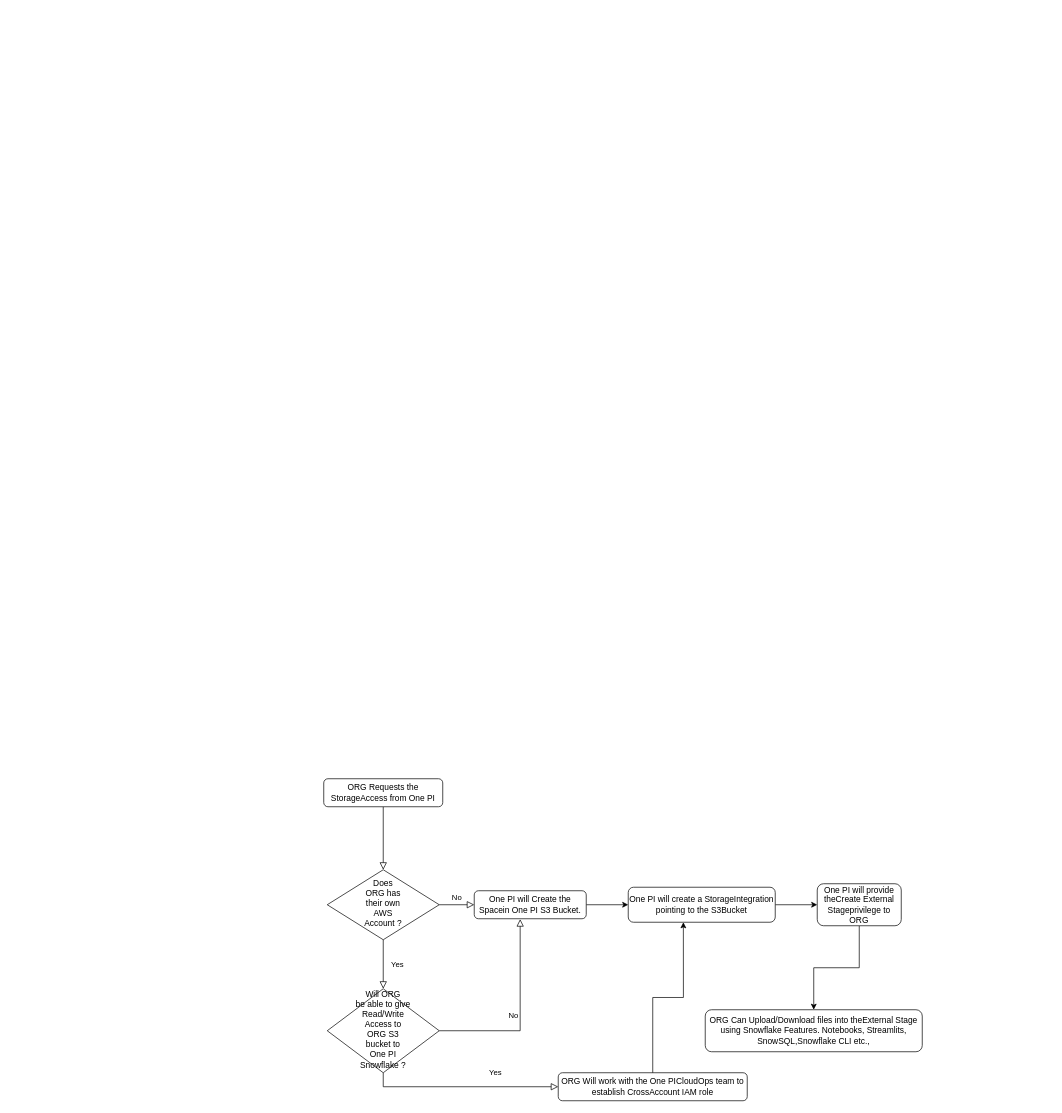
This is Untitled Diagram.drawio from mail2tvskc/abc, a draw.io file, before an edit. Source tidied: cells renumbered, new cells numbered last; positions are measured from the earlier drawing's top-left corner, leaving out a move shared by most shapes. Both pictures are drawn from the tidied source at 70%, with x=0, y=0 at pixel (323, 778).
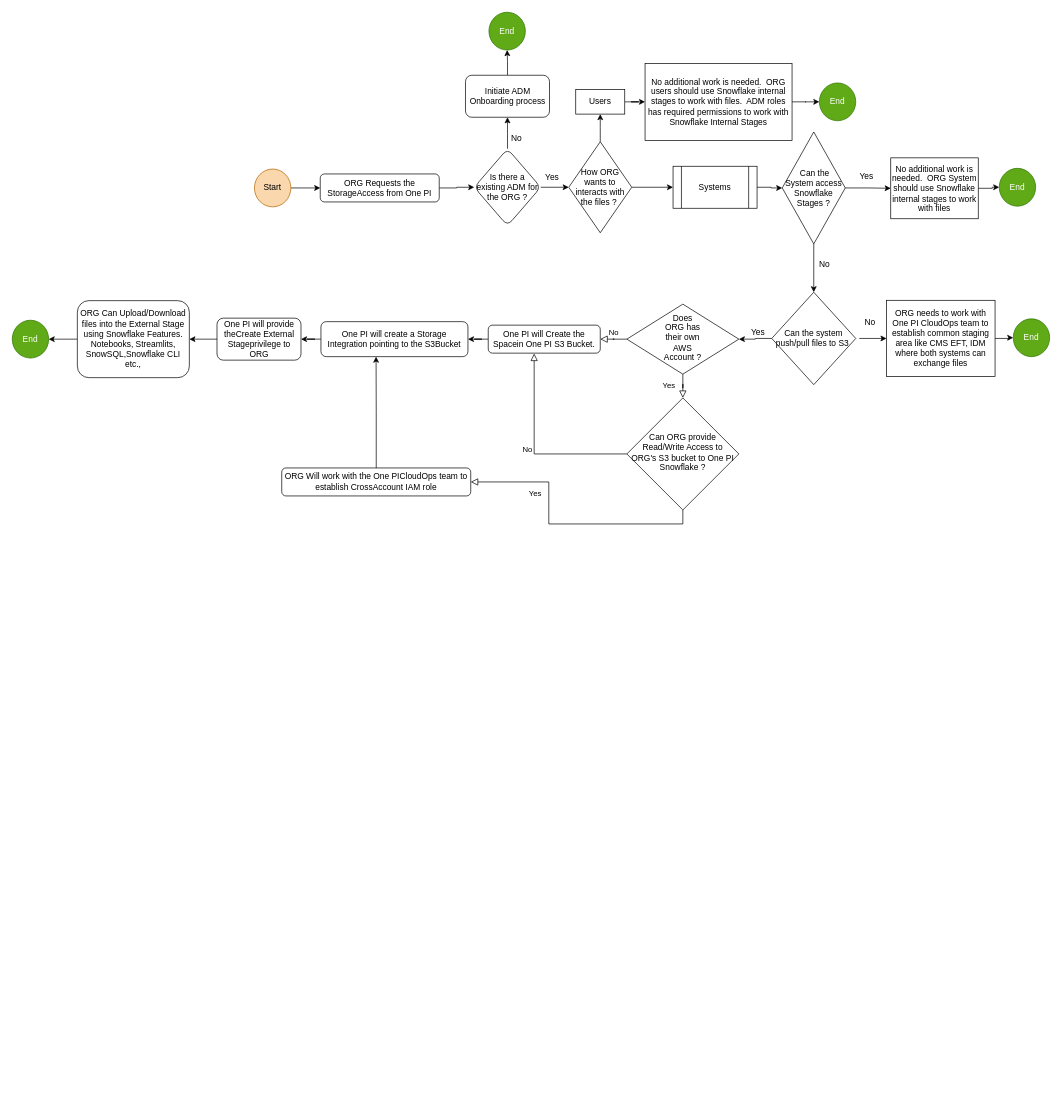
Above is the later version.

Commit message:
One PI Snowflake Storage solution

Diff of the diagram source:
```diff
@@
-    <mxCell id="2" style="rounded=0;html=1;jettySize=auto;fontSize=11;endArrow=block;endFill=0;endSize=8;strokeWidth=1;shadow=0;labelBackgroundColor=none;edgeStyle=orthogonalEdgeStyle;" parent="1" edge="1" source="3" target="6">
-      <mxGeometry relative="1" as="geometry" />
-    </mxCell>
+    <mxCell id="19" style="edgeStyle=orthogonalEdgeStyle;rounded=0;jettySize=auto;html=1;" parent="1" edge="1" source="3" target="40">
+      <mxGeometry relative="1" as="geometry" />
+    </mxCell>
     <mxCell id="3" value="ORG Requests the StorageAccess from One PI" style="rounded=1;whiteSpace=wrap;html=1;fontSize=12;glass=0;strokeWidth=1;shadow=0;" parent="1" vertex="1">
-      <mxGeometry width="170" height="40" as="geometry" />
+      <mxGeometry x="-5" y="-864" width="170" height="40" as="geometry" />
     </mxCell>
@@
     <mxCell id="6" value="&lt;div&gt;Does&lt;/div&gt;&lt;div&gt;ORG has&lt;/div&gt;&lt;div&gt;their own&lt;/div&gt;&lt;div&gt;AWS&lt;/div&gt;&lt;div&gt;Account ?&lt;/div&gt;" style="rhombus;whiteSpace=wrap;html=1;shadow=0;fontFamily=Helvetica;fontSize=12;align=center;strokeWidth=1;spacing=6;spacingTop=-4;" parent="1" vertex="1">
-      <mxGeometry x="5" y="130" width="160" height="100" as="geometry" />
+      <mxGeometry x="433" y="-678" width="160" height="100" as="geometry" />
     </mxCell>
@@
     <mxCell id="8" value="One PI will Create the Spacein One PI S3 Bucket." style="rounded=1;whiteSpace=wrap;html=1;fontSize=12;glass=0;strokeWidth=1;shadow=0;" parent="1" vertex="1">
-      <mxGeometry x="215" y="160" width="160" height="40" as="geometry" />
+      <mxGeometry x="235" y="-648" width="160" height="40" as="geometry" />
     </mxCell>
@@
-    <mxCell id="11" value="&lt;div&gt;Will ORG&lt;/div&gt;&lt;div&gt;be able to give&lt;/div&gt;&lt;div&gt;Read/Write&lt;/div&gt;&lt;div&gt;Access to&lt;/div&gt;&lt;div&gt;ORG S3&lt;/div&gt;&lt;div&gt;bucket to&lt;/div&gt;&lt;div&gt;One PI&lt;/div&gt;&lt;div&gt;Snowflake ?&lt;/div&gt;" style="rhombus;whiteSpace=wrap;html=1;shadow=0;fontFamily=Helvetica;fontSize=12;align=center;strokeWidth=1;spacing=6;spacingTop=-4;" parent="1" vertex="1">
-      <mxGeometry x="5" y="300" width="160" height="120" as="geometry" />
+    <mxCell id="11" value="Can ORG provide Read/Write Access to ORG's S3 bucket to One PI Snowflake ?" style="rhombus;whiteSpace=wrap;html=1;shadow=0;fontFamily=Helvetica;fontSize=12;align=center;strokeWidth=1;spacing=6;spacingTop=-4;" parent="1" vertex="1">
+      <mxGeometry x="433" y="-544" width="160" height="160" as="geometry" />
     </mxCell>
     <mxCell id="12" value="ORG Will work with the One PICloudOps team to establish CrossAccount IAM role" style="rounded=1;whiteSpace=wrap;html=1;fontSize=12;glass=0;strokeWidth=1;shadow=0;" parent="1" vertex="1">
-      <mxGeometry x="335" y="420" width="270" height="40" as="geometry" />
+      <mxGeometry x="-60" y="-444" width="270" height="40" as="geometry" />
     </mxCell>
@@
-    <mxCell id="14" value="One PI will create a StorageIntegration pointing to the S3Bucket" style="whiteSpace=wrap;html=1;rounded=1;glass=0;strokeWidth=1;shadow=0;" parent="1" vertex="1">
-      <mxGeometry x="435" y="155" width="210" height="50" as="geometry" />
+    <mxCell id="14" value="One PI will create a Storage Integration pointing to the S3Bucket" style="whiteSpace=wrap;html=1;rounded=1;glass=0;strokeWidth=1;shadow=0;" parent="1" vertex="1">
+      <mxGeometry x="-4" y="-653" width="210" height="50" as="geometry" />
     </mxCell>
@@
     <mxCell id="16" value="One PI will provide theCreate External Stageprivilege to ORG" style="whiteSpace=wrap;html=1;rounded=1;glass=0;strokeWidth=1;shadow=0;" parent="1" vertex="1">
-      <mxGeometry x="705" y="150" width="120" height="60" as="geometry" />
+      <mxGeometry x="-152.5" y="-658" width="120" height="60" as="geometry" />
     </mxCell>
+    <mxCell id="20" style="edgeStyle=orthogonalEdgeStyle;rounded=0;jettySize=auto;html=1;" parent="1" edge="1" source="17" target="57">
+      <mxGeometry relative="1" as="geometry" />
+    </mxCell>
-    <mxCell id="17" value="ORG Can Upload/Download files into theExternal Stage using Snowflake Features. Notebooks, Streamlits, SnowSQL,Snowflake CLI etc.," style="whiteSpace=wrap;html=1;rounded=1;glass=0;strokeWidth=1;shadow=0;" parent="1" vertex="1">
-      <mxGeometry x="545" y="330" width="310" height="60" as="geometry" />
+    <mxCell id="17" value="ORG Can Upload/Download files into the External Stage using Snowflake Features. Notebooks, Streamlits, SnowSQL,Snowflake CLI etc.," style="whiteSpace=wrap;html=1;rounded=1;glass=0;strokeWidth=1;shadow=0;" parent="1" vertex="1">
+      <mxGeometry x="-352" y="-683" width="160" height="110" as="geometry" />
     </mxCell>
@@
+    <mxCell id="21" style="edgeStyle=orthogonalEdgeStyle;rounded=0;jettySize=auto;html=1;" parent="1" edge="1" source="23" target="25">
+      <mxGeometry relative="1" as="geometry" />
+    </mxCell>
+    <mxCell id="22" style="edgeStyle=orthogonalEdgeStyle;rounded=0;jettySize=auto;html=1;entryX=0;entryY=0.5;entryDx=0;entryDy=0;" parent="1" edge="1" source="23" target="27">
+      <mxGeometry relative="1" as="geometry" />
+    </mxCell>
+    <mxCell id="23" value="How ORG wants to interacts with the files ?&amp;nbsp;" style="rhombus;whiteSpace=wrap;html=1;" parent="1" vertex="1">
+      <mxGeometry x="350" y="-910" width="90" height="130" as="geometry" />
+    </mxCell>
+    <mxCell id="24" style="edgeStyle=orthogonalEdgeStyle;rounded=0;jettySize=auto;html=1;" parent="1" edge="1" source="25" target="48">
+      <mxGeometry relative="1" as="geometry" />
+    </mxCell>
+    <mxCell id="25" value="Users" style="whiteSpace=wrap;html=1;" parent="1" vertex="1">
+      <mxGeometry x="360" y="-984.5" width="70" height="35" as="geometry" />
+    </mxCell>
+    <mxCell id="26" style="edgeStyle=orthogonalEdgeStyle;rounded=0;jettySize=auto;html=1;" parent="1" edge="1" source="27" target="30">
+      <mxGeometry relative="1" as="geometry" />
+    </mxCell>
+    <mxCell id="27" value="Systems" style="shape=process;whiteSpace=wrap;html=1;backgroundOutline=1;" parent="1" vertex="1">
+      <mxGeometry x="499" y="-875" width="120" height="60" as="geometry" />
+    </mxCell>
+    <mxCell id="28" style="edgeStyle=orthogonalEdgeStyle;rounded=0;jettySize=auto;html=1;" parent="1" edge="1" source="30" target="32">
+      <mxGeometry relative="1" as="geometry" />
+    </mxCell>
+    <mxCell id="29" style="edgeStyle=orthogonalEdgeStyle;rounded=0;jettySize=auto;html=1;entryX=0.5;entryY=0;entryDx=0;entryDy=0;" parent="1" edge="1" source="30" target="37">
+      <mxGeometry relative="1" as="geometry" />
+    </mxCell>
+    <mxCell id="30" value="&amp;nbsp;Can the System access Snowflake Stages ?" style="rhombus;whiteSpace=wrap;html=1;" parent="1" vertex="1">
+      <mxGeometry x="655" y="-924" width="90" height="160" as="geometry" />
+    </mxCell>
+    <mxCell id="31" style="edgeStyle=orthogonalEdgeStyle;rounded=0;jettySize=auto;html=1;" parent="1" edge="1" source="32" target="53">
+      <mxGeometry relative="1" as="geometry" />
+    </mxCell>
+    <mxCell id="32" value="No additional work is needed.&amp;nbsp; ORG System should use Snowflake internal stages to work with files" style="whiteSpace=wrap;html=1;" parent="1" vertex="1">
+      <mxGeometry x="810" y="-887" width="125" height="87" as="geometry" />
+    </mxCell>
+    <mxCell id="33" value="Yes" style="text;html=1;align=center;verticalAlign=middle;strokeColor=none;fillColor=none;" parent="1" vertex="1">
+      <mxGeometry x="755" y="-876" width="40" height="30" as="geometry" />
+    </mxCell>
+    <mxCell id="34" value="No" style="text;html=1;align=center;verticalAlign=middle;strokeColor=none;fillColor=none;" parent="1" vertex="1">
+      <mxGeometry x="695" y="-749" width="40" height="30" as="geometry" />
+    </mxCell>
+    <mxCell id="35" style="edgeStyle=orthogonalEdgeStyle;rounded=0;jettySize=auto;html=1;entryX=0;entryY=0.5;entryDx=0;entryDy=0;" parent="1" edge="1" target="55">
+      <mxGeometry relative="1" as="geometry">
+        <mxPoint x="765" y="-629" as="sourcePoint" />
+      </mxGeometry>
+    </mxCell>
+    <mxCell id="36" style="edgeStyle=orthogonalEdgeStyle;rounded=0;jettySize=auto;html=1;" parent="1" edge="1" source="37" target="6">
+      <mxGeometry relative="1" as="geometry" />
+    </mxCell>
+    <mxCell id="37" value="Can the system push/pull files to S3&amp;nbsp;" style="rhombus;whiteSpace=wrap;html=1;" parent="1" vertex="1">
+      <mxGeometry x="640" y="-695" width="120" height="132" as="geometry" />
+    </mxCell>
+    <mxCell id="38" style="edgeStyle=orthogonalEdgeStyle;rounded=0;jettySize=auto;html=1;" parent="1" edge="1" source="40" target="42">
+      <mxGeometry relative="1" as="geometry" />
+    </mxCell>
+    <mxCell id="39" style="edgeStyle=orthogonalEdgeStyle;rounded=0;jettySize=auto;html=1;entryX=0;entryY=0.5;entryDx=0;entryDy=0;" parent="1" edge="1" source="40" target="23">
+      <mxGeometry relative="1" as="geometry" />
+    </mxCell>
+    <mxCell id="40" value="Is there a existing ADM for the ORG ?" style="rhombus;whiteSpace=wrap;html=1;rounded=1;glass=0;strokeWidth=1;shadow=0;" parent="1" vertex="1">
+      <mxGeometry x="215" y="-900" width="95" height="110" as="geometry" />
+    </mxCell>
+    <mxCell id="41" style="edgeStyle=orthogonalEdgeStyle;rounded=0;jettySize=auto;html=1;" parent="1" edge="1" source="42" target="51">
+      <mxGeometry relative="1" as="geometry" />
+    </mxCell>
+    <mxCell id="42" value="Initiate ADM Onboarding process" style="whiteSpace=wrap;html=1;rounded=1;glass=0;strokeWidth=1;shadow=0;" parent="1" vertex="1">
+      <mxGeometry x="202.5" y="-1005" width="120" height="60" as="geometry" />
+    </mxCell>
+    <mxCell id="43" value="No" style="text;html=1;align=center;verticalAlign=middle;strokeColor=none;fillColor=none;" parent="1" vertex="1">
+      <mxGeometry x="255" y="-930" width="40" height="30" as="geometry" />
+    </mxCell>
+    <mxCell id="44" value="Yes" style="text;html=1;align=center;verticalAlign=middle;strokeColor=none;fillColor=none;" parent="1" vertex="1">
+      <mxGeometry x="306" y="-874" width="40" height="30" as="geometry" />
+    </mxCell>
+    <mxCell id="45" value="No" style="text;html=1;align=center;verticalAlign=middle;strokeColor=none;fillColor=none;" parent="1" vertex="1">
+      <mxGeometry x="760" y="-666" width="40" height="30" as="geometry" />
+    </mxCell>
+    <mxCell id="46" value="Yes" style="text;html=1;align=center;verticalAlign=middle;strokeColor=none;fillColor=none;" parent="1" vertex="1">
+      <mxGeometry x="600" y="-653" width="40" height="30" as="geometry" />
+    </mxCell>
+    <mxCell id="47" style="edgeStyle=orthogonalEdgeStyle;rounded=0;jettySize=auto;html=1;" parent="1" edge="1" source="48" target="52">
+      <mxGeometry relative="1" as="geometry" />
+    </mxCell>
+    <mxCell id="48" value="No additional work is needed.&amp;nbsp; ORG users should use Snowflake internal stages to work with files.&amp;nbsp; ADM roles has required permissions to work with Snowflake Internal Stages" style="whiteSpace=wrap;html=1;" parent="1" vertex="1">
+      <mxGeometry x="459" y="-1022" width="210" height="110" as="geometry" />
+    </mxCell>
+    <mxCell id="49" style="edgeStyle=orthogonalEdgeStyle;rounded=0;jettySize=auto;html=1;" parent="1" edge="1" source="50" target="3">
+      <mxGeometry relative="1" as="geometry" />
+    </mxCell>
+    <mxCell id="50" value="Start" style="ellipse;whiteSpace=wrap;html=1;fillColor=#fad7ac;strokeColor=#b46504;" parent="1" vertex="1">
+      <mxGeometry x="-99" y="-871" width="52" height="54" as="geometry" />
+    </mxCell>
+    <mxCell id="51" value="End" style="ellipse;whiteSpace=wrap;html=1;fillColor=#60a917;fontColor=#ffffff;strokeColor=#2D7600;" parent="1" vertex="1">
+      <mxGeometry x="236" y="-1095" width="52" height="54" as="geometry" />
+    </mxCell>
+    <mxCell id="52" value="End" style="ellipse;whiteSpace=wrap;html=1;fillColor=#60a917;fontColor=#ffffff;strokeColor=#2D7600;" parent="1" vertex="1">
+      <mxGeometry x="708" y="-994" width="52" height="54" as="geometry" />
+    </mxCell>
+    <mxCell id="53" value="End" style="ellipse;whiteSpace=wrap;html=1;fillColor=#60a917;fontColor=#ffffff;strokeColor=#2D7600;" parent="1" vertex="1">
+      <mxGeometry x="965" y="-872" width="52" height="54" as="geometry" />
+    </mxCell>
+    <mxCell id="54" style="edgeStyle=orthogonalEdgeStyle;rounded=0;jettySize=auto;html=1;" parent="1" edge="1" source="55" target="56">
+      <mxGeometry relative="1" as="geometry" />
+    </mxCell>
+    <mxCell id="55" value="ORG needs to work with One PI CloudOps team to establish common staging area like CMS EFT, IDM where both systems can exchange files" style="rounded=0;whiteSpace=wrap;html=1;" parent="1" vertex="1">
+      <mxGeometry x="804" y="-683.5" width="155" height="109" as="geometry" />
+    </mxCell>
+    <mxCell id="56" value="End" style="ellipse;whiteSpace=wrap;html=1;fillColor=#60a917;fontColor=#ffffff;strokeColor=#2D7600;" parent="1" vertex="1">
+      <mxGeometry x="985" y="-657" width="52" height="54" as="geometry" />
+    </mxCell>
+    <mxCell id="57" value="End" style="ellipse;whiteSpace=wrap;html=1;fillColor=#60a917;fontColor=#ffffff;strokeColor=#2D7600;" parent="1" vertex="1">
+      <mxGeometry x="-445" y="-655" width="52" height="54" as="geometry" />
+    </mxCell>
```
